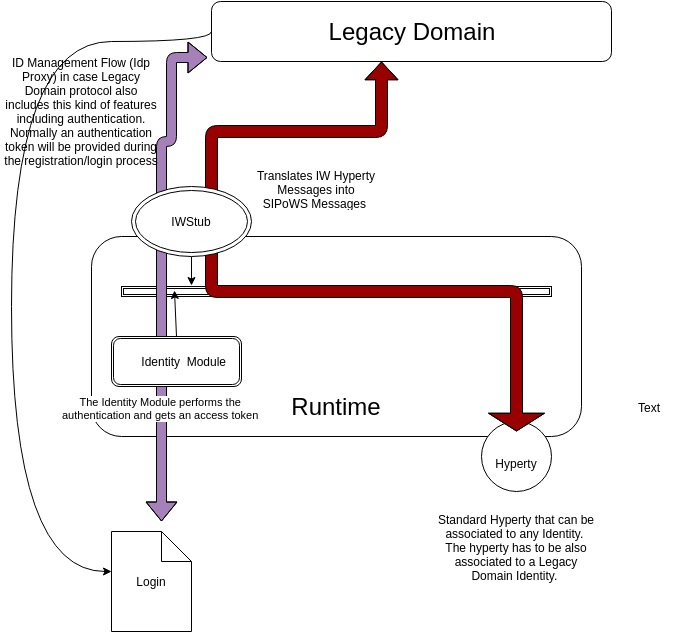
Earlier version of the draw.io export legacy-interworking/rethink-Legacy-Integration-approach2.png (reTHINK-project/specs). Source tidied: cells renumbered, new cells last; positions are measured from the earlier drawing's top-left corner, leaving out a move shared by most shapes.
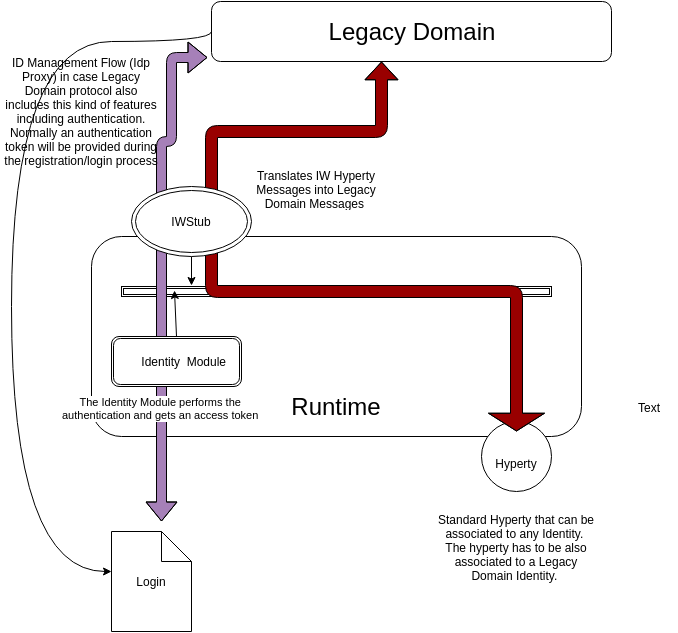
Later version of the same file.

Commit message:
update iwstub diagrams

Diff of the diagram source:
```diff
@@ -50,7 +50,7 @@
     <mxCell id="12" value="&amp;nbsp; &amp;nbsp; Identity &amp;nbsp;Module" style="shape=ext;double=1;rounded=1;whiteSpace=wrap;html=1;" parent="1" vertex="1">
       <mxGeometry x="110" y="335" width="130" height="50" as="geometry" />
     </mxCell>
-    <mxCell id="13" value="Translates IW Hyperty Messages into SIPoWS Messages&amp;nbsp;" style="text;html=1;strokeColor=none;fillColor=none;align=center;verticalAlign=middle;whiteSpace=wrap;overflow=hidden;" parent="1" vertex="1">
+    <mxCell id="13" value="Translates IW Hyperty Messages into Legacy Domain Messages&amp;nbsp;" style="text;html=1;strokeColor=none;fillColor=none;align=center;verticalAlign=middle;whiteSpace=wrap;overflow=hidden;" parent="1" vertex="1">
       <mxGeometry x="250" y="165" width="130" height="45" as="geometry" />
     </mxCell>
     <mxCell id="14" value="&lt;br&gt;Hyperty" style="ellipse;whiteSpace=wrap;html=1;" parent="1" vertex="1">
```
